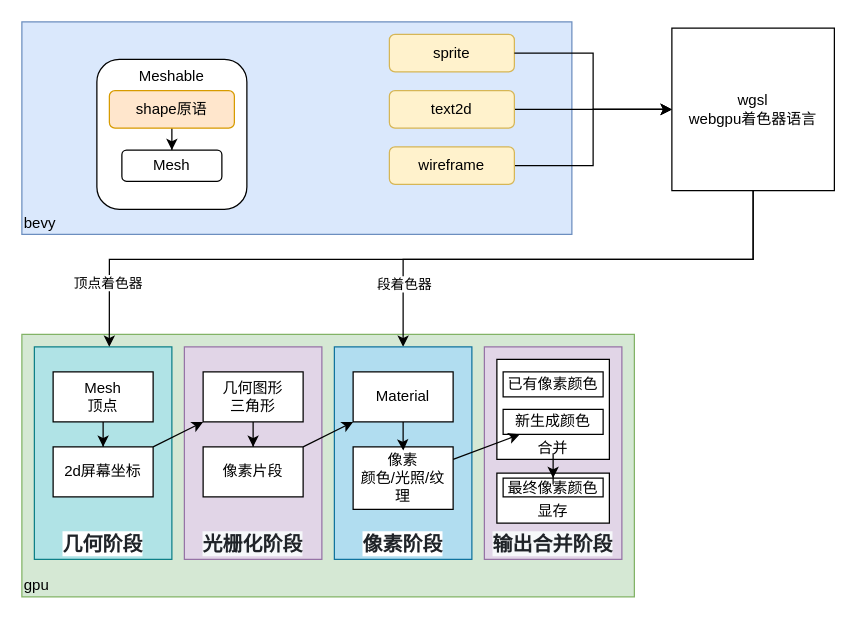
This is bevy-0.17.drawio from topkg/graph, a draw.io file, before an edit. Source tidied: cells renumbered, new cells numbered last; positions are measured from the earlier drawing's top-left corner, leaving out a move shared by most shapes. Both pictures are drawn from the tidied source at 125%, with x=0, y=0 at pixel (21, 21).
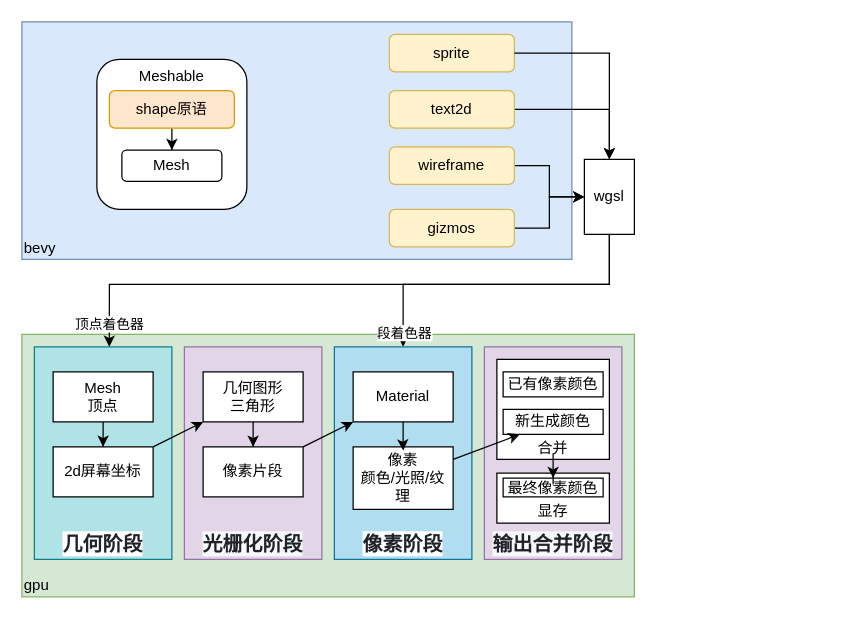
The same page after the edit.

Commit message:
gizmos也是通过wgsl驱动渲染的

The change refers to these unchanged cells:
```xml
<mxCell id="4" value="sprite" style="rounded=1;whiteSpace=wrap;html=1;fillColor=#fff2cc;strokeColor=#d6b656;" parent="1" vertex="1">
  <mxGeometry x="294" y="10" width="100" height="30" as="geometry" />
</mxCell>
<mxCell id="6" value="text2d" style="rounded=1;whiteSpace=wrap;html=1;fillColor=#fff2cc;strokeColor=#d6b656;" parent="1" vertex="1">
  <mxGeometry x="294" y="55" width="100" height="30" as="geometry" />
</mxCell>
<mxCell id="8" value="wireframe" style="rounded=1;whiteSpace=wrap;html=1;fillColor=#fff2cc;strokeColor=#d6b656;" parent="1" vertex="1">
  <mxGeometry x="294" y="100" width="100" height="30" as="geometry" />
</mxCell>
<mxCell id="16" value="&lt;span style=&quot;box-sizing: border-box; font-weight: 600; margin-bottom: 0px; color: rgb(31, 35, 40); font-family: -apple-system, BlinkMacSystemFont, &amp;quot;Segoe UI&amp;quot;, &amp;quot;Noto Sans&amp;quot;, Helvetica, Arial, sans-serif, &amp;quot;Apple Color Emoji&amp;quot;, &amp;quot;Segoe UI Emoji&amp;quot;; font-size: 16px; text-align: -webkit-left; background-color: rgb(255, 255, 255);&quot;&gt;几何阶段&lt;/span&gt;" style="rounded=0;whiteSpace=wrap;html=1;verticalAlign=bottom;fillColor=#b0e3e6;strokeColor=#0e8088;" parent="1" vertex="1">
  <mxGeometry x="10" y="260" width="110" height="170" as="geometry" />
</mxCell>
<mxCell id="18" value="&lt;span style=&quot;box-sizing: border-box; font-weight: 600; margin-bottom: 0px; color: rgb(31, 35, 40); font-family: -apple-system, BlinkMacSystemFont, &amp;quot;Segoe UI&amp;quot;, &amp;quot;Noto Sans&amp;quot;, Helvetica, Arial, sans-serif, &amp;quot;Apple Color Emoji&amp;quot;, &amp;quot;Segoe UI Emoji&amp;quot;; font-size: 16px; text-align: -webkit-left; background-color: rgb(255, 255, 255);&quot;&gt;像素阶段&lt;/span&gt;" style="rounded=0;whiteSpace=wrap;html=1;verticalAlign=bottom;fillColor=#b1ddf0;strokeColor=#10739e;" parent="1" vertex="1">
  <mxGeometry x="250" y="260" width="110" height="170" as="geometry" />
</mxCell>
```

What changed in the source:
```diff
@@
     <mxCell id="2" value="bevy" style="rounded=0;whiteSpace=wrap;html=1;fillColor=#dae8fc;strokeColor=#6c8ebf;align=left;verticalAlign=bottom;" parent="1" vertex="1">
-      <mxGeometry width="440" height="170" as="geometry" />
+      <mxGeometry width="440" height="190" as="geometry" />
     </mxCell>
@@
-    <mxCell id="5" style="edgeStyle=orthogonalEdgeStyle;rounded=0;jettySize=auto;html=1;" parent="1" edge="1" source="6" target="14">
+    <mxCell id="5" style="edgeStyle=orthogonalEdgeStyle;rounded=0;jettySize=auto;html=1;" parent="1" edge="1" source="6" target="43">
       <mxGeometry relative="1" as="geometry" />
     </mxCell>
@@
-    <mxCell id="7" style="edgeStyle=orthogonalEdgeStyle;rounded=0;jettySize=auto;html=1;" parent="1" edge="1" source="8" target="14">
+    <mxCell id="7" style="edgeStyle=orthogonalEdgeStyle;rounded=0;jettySize=auto;html=1;" parent="1" edge="1" source="8" target="43">
       <mxGeometry relative="1" as="geometry" />
     </mxCell>
@@
-    <mxCell id="12" style="edgeStyle=orthogonalEdgeStyle;rounded=0;jettySize=auto;html=1;" parent="1" edge="1" source="14" target="18">
+    <mxCell id="12" style="edgeStyle=orthogonalEdgeStyle;rounded=0;jettySize=auto;html=1;" parent="1" edge="1" source="43" target="18">
       <mxGeometry relative="1" as="geometry">
         <Array as="points">
-          <mxPoint x="585" y="190" />
-          <mxPoint x="305" y="190" />
+          <mxPoint x="470" y="210" />
+          <mxPoint x="305" y="210" />
         </Array>
       </mxGeometry>
     </mxCell>
     <mxCell id="13" value="段着色器" style="edgeLabel;html=1;align=center;verticalAlign=middle;" parent="12" vertex="1">
-      <mxGeometry x="0.75" relative="1" as="geometry" />
+      <mxGeometry x="0.75" relative="1" as="geometry">
+        <mxPoint y="20" as="offset" />
+      </mxGeometry>
     </mxCell>
-    <mxCell id="14" value="wgsl&lt;div&gt;webgpu着色器语言&lt;/div&gt;" style="whiteSpace=wrap;html=1;" parent="1" vertex="1">
-      <mxGeometry x="520" y="5" width="130" height="130" as="geometry" />
-    </mxCell>
-    <mxCell id="15" style="edgeStyle=orthogonalEdgeStyle;rounded=0;jettySize=auto;html=1;entryX=0;entryY=0.5;entryDx=0;entryDy=0;" parent="1" edge="1" source="4" target="14">
+    <mxCell id="15" style="edgeStyle=orthogonalEdgeStyle;rounded=0;jettySize=auto;html=1;" parent="1" edge="1" source="4" target="43">
       <mxGeometry relative="1" as="geometry">
         <Array as="points">
-          <mxPoint x="457" y="25" />
-          <mxPoint x="457" y="70" />
+          <mxPoint x="470" y="25" />
         </Array>
       </mxGeometry>
     </mxCell>
@@
-    <mxCell id="35" style="edgeStyle=orthogonalEdgeStyle;rounded=0;jettySize=auto;html=1;entryX=0.545;entryY=0;entryDx=0;entryDy=0;entryPerimeter=0;" parent="1" edge="1" source="14" target="16">
+    <mxCell id="35" style="edgeStyle=orthogonalEdgeStyle;rounded=0;jettySize=auto;html=1;entryX=0.545;entryY=0;entryDx=0;entryDy=0;entryPerimeter=0;" parent="1" edge="1" source="43" target="16">
       <mxGeometry relative="1" as="geometry">
         <Array as="points">
-          <mxPoint x="585" y="190" />
-          <mxPoint x="70" y="190" />
+          <mxPoint x="470" y="210" />
+          <mxPoint x="70" y="210" />
         </Array>
       </mxGeometry>
     </mxCell>
     <mxCell id="36" value="顶点着色器" style="edgeLabel;html=1;align=center;verticalAlign=middle;" parent="35" vertex="1">
-      <mxGeometry x="0.84" y="-1" relative="1" as="geometry" />
+      <mxGeometry x="0.84" y="-1" relative="1" as="geometry">
+        <mxPoint x="1" y="21" as="offset" />
+      </mxGeometry>
     </mxCell>
@@
+    <mxCell id="41" style="edgeStyle=orthogonalEdgeStyle;rounded=0;jettySize=auto;html=1;" parent="1" edge="1" source="42" target="43">
+      <mxGeometry relative="1" as="geometry" />
+    </mxCell>
+    <mxCell id="42" value="gizmos" style="rounded=1;whiteSpace=wrap;html=1;fillColor=#fff2cc;strokeColor=#d6b656;" parent="1" vertex="1">
+      <mxGeometry x="294" y="150" width="100" height="30" as="geometry" />
+    </mxCell>
+    <mxCell id="43" value="wgsl" style="rounded=0;whiteSpace=wrap;html=1;" parent="1" vertex="1">
+      <mxGeometry x="450" y="110" width="40" height="60" as="geometry" />
+    </mxCell>
```
